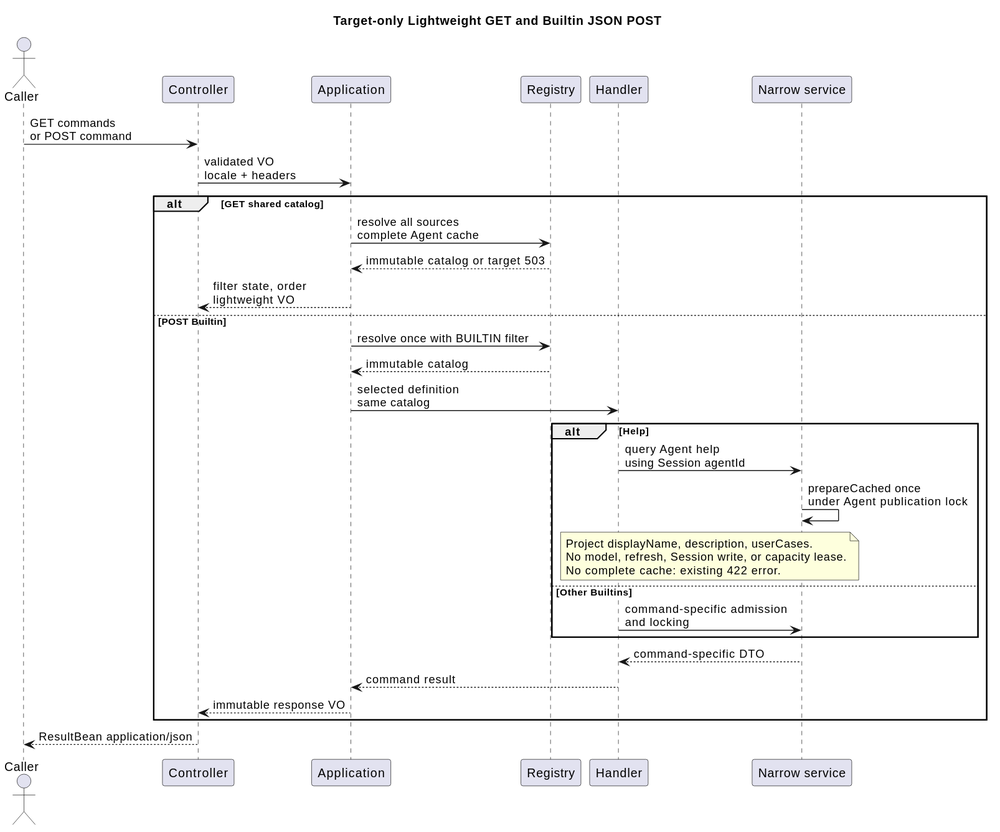
Earlier version of the PlantUML export 01-总体架构/01-CampusClaw多Agent运行时/设计图/Command/command_http_flow.svg (ssm0808/pi-mono-java-design).
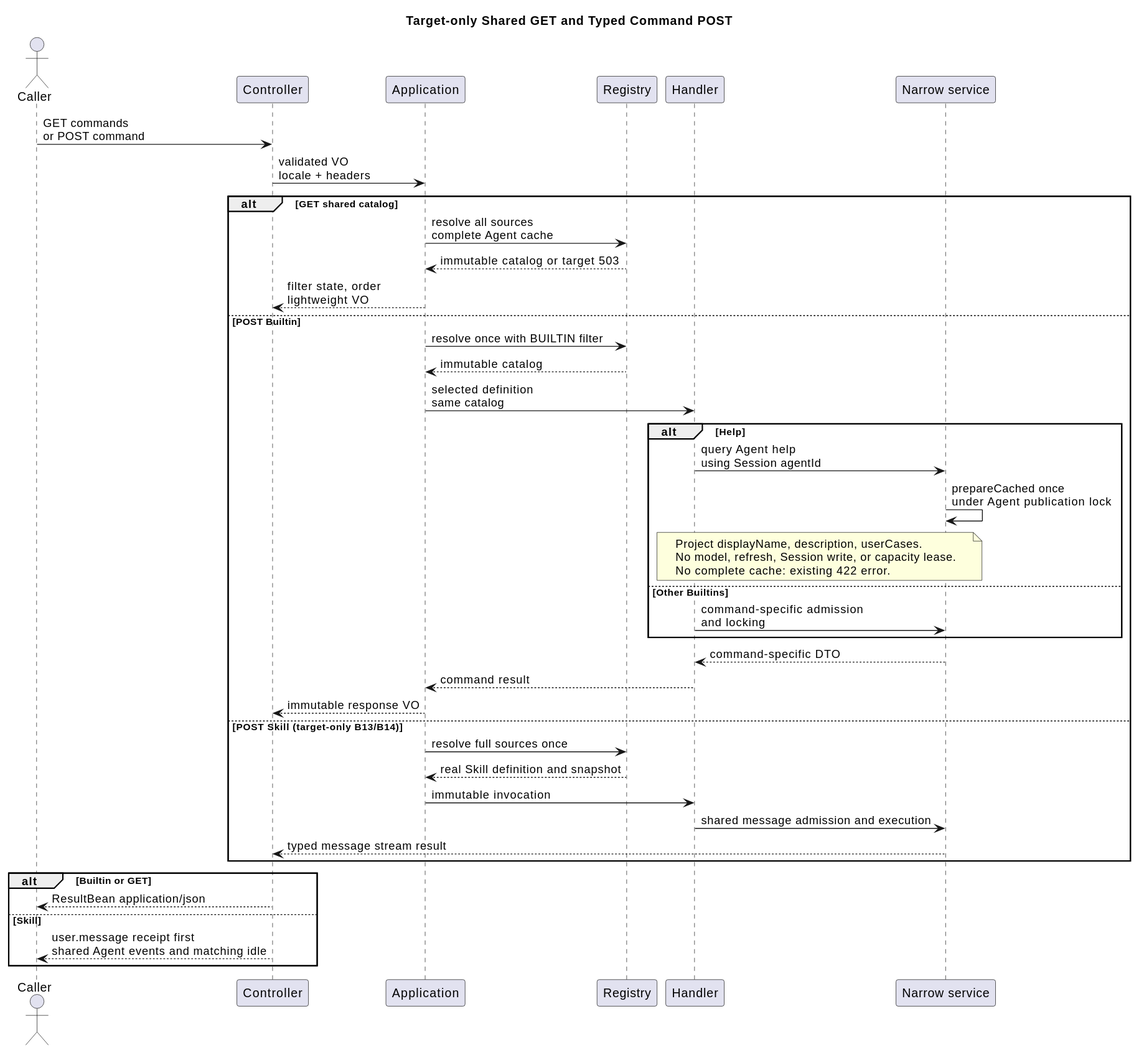
The same file after the commit.

The edit, as a diff of the source:
```diff
@@ -1,5 +1,5 @@
 @startuml
-title Target-only Lightweight GET and Builtin JSON POST
+title Target-only Shared GET and Typed Command POST
 skinparam shadowing false
 actor Caller
 participant Controller
@@ -31,6 +31,16 @@
   Service --> Handler : command-specific DTO
   Handler --> Application : command result
   Application --> Controller : immutable response VO
+else POST Skill (target-only B13/B14)
+  Application -> Registry : resolve full sources once
+  Registry --> Application : real Skill definition and snapshot
+  Application -> Handler : immutable invocation
+  Handler -> Service : shared message admission and execution
+  Service --> Controller : typed message stream result
 end
-Controller --> Caller : ResultBean application/json
+alt Builtin or GET
+  Controller --> Caller : ResultBean application/json
+else Skill
+  Controller --> Caller : user.message receipt first\nshared Agent events and matching idle
+end
 @enduml
```
